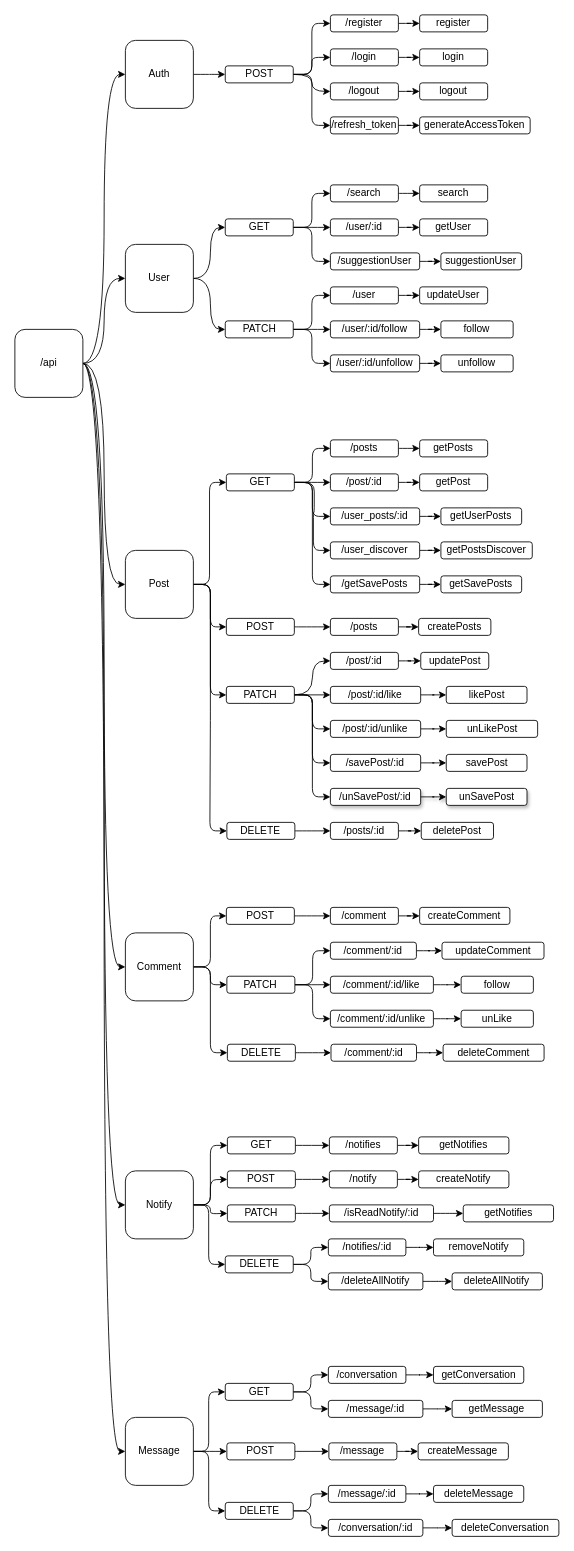
This is Untitled Diagram.drawio from iilhamriz/Social-Media-V2, a draw.io file, before an edit. Source tidied: cells renumbered, new cells numbered last; positions are measured from the earlier drawing's top-left corner, leaving out a move shared by most shapes. Both pictures are drawn from the tidied source at 85%, with x=0, y=0 at pixel (14, 14).
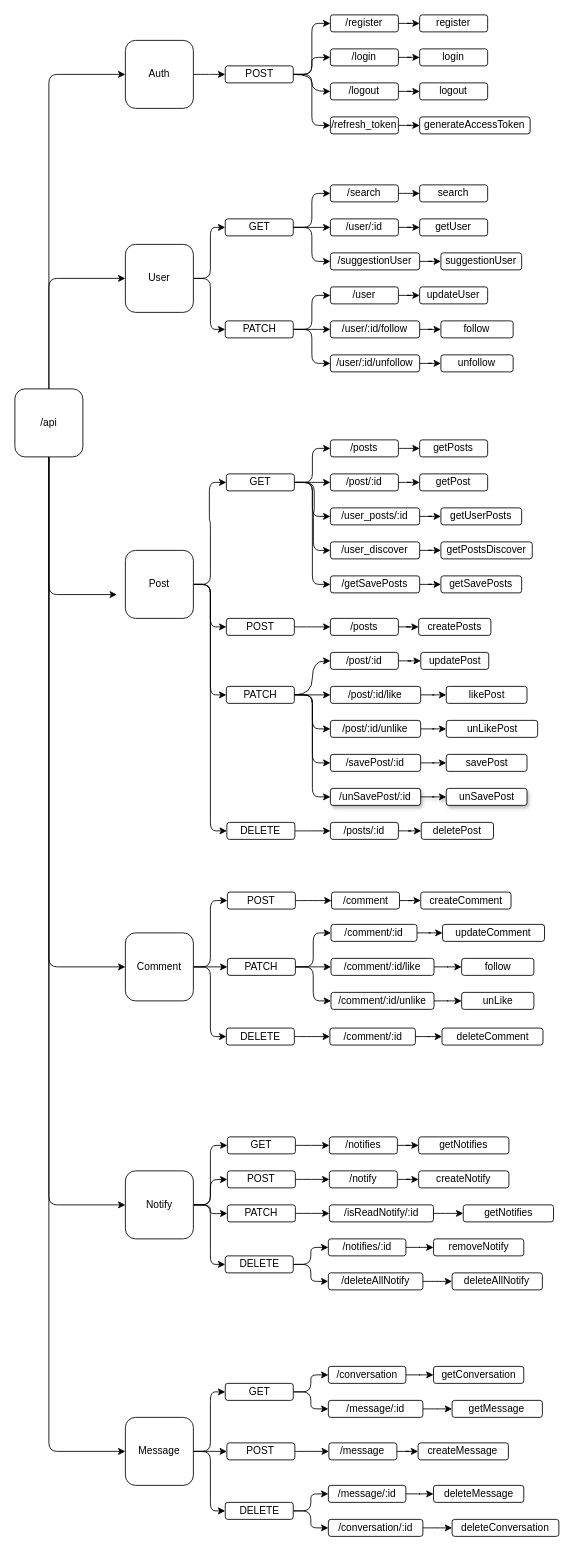
Above is the later version.

Unchanged cells that the change refers to:
```xml
<mxCell id="10" value="Auth" style="whiteSpace=wrap;html=1;rounded=1;" parent="1" vertex="1">
  <mxGeometry x="130" y="30" width="80" height="80" as="geometry" />
</mxCell>
<mxCell id="13" value="User" style="whiteSpace=wrap;html=1;rounded=1;" parent="1" vertex="1">
  <mxGeometry x="130" y="270" width="80" height="80" as="geometry" />
</mxCell>
<mxCell id="18" value="Post" style="whiteSpace=wrap;html=1;rounded=1;" parent="1" vertex="1">
  <mxGeometry x="130" y="630" width="80" height="80" as="geometry" />
</mxCell>
<mxCell id="22" value="Comment" style="whiteSpace=wrap;html=1;rounded=1;" parent="1" vertex="1">
  <mxGeometry x="130" y="1080" width="80" height="80" as="geometry" />
</mxCell>
<mxCell id="27" value="Notify" style="whiteSpace=wrap;html=1;rounded=1;" parent="1" vertex="1">
  <mxGeometry x="130" y="1360" width="80" height="80" as="geometry" />
</mxCell>
<mxCell id="31" value="Message" style="whiteSpace=wrap;html=1;rounded=1;" parent="1" vertex="1">
  <mxGeometry x="130" y="1650" width="80" height="80" as="geometry" />
</mxCell>
<mxCell id="52" value="GET" style="rounded=1;whiteSpace=wrap;html=1;" parent="1" vertex="1">
  <mxGeometry x="247.5" y="240" width="80" height="20" as="geometry" />
</mxCell>
<mxCell id="56" value="PATCH" style="rounded=1;whiteSpace=wrap;html=1;" parent="1" vertex="1">
  <mxGeometry x="247.5" y="360" width="80" height="20" as="geometry" />
</mxCell>
<mxCell id="78" value="GET" style="rounded=1;whiteSpace=wrap;html=1;" parent="1" vertex="1">
  <mxGeometry x="248.8" y="540" width="80" height="20" as="geometry" />
</mxCell>
<mxCell id="80" value="POST" style="rounded=1;whiteSpace=wrap;html=1;" parent="1" vertex="1">
  <mxGeometry x="248.8" y="710" width="80" height="20" as="geometry" />
</mxCell>
<mxCell id="141" value="DELETE" style="rounded=1;whiteSpace=wrap;html=1;" parent="1" vertex="1">
  <mxGeometry x="249.4" y="950" width="80" height="20" as="geometry" />
</mxCell>
<mxCell id="151" value="GET" style="rounded=1;whiteSpace=wrap;html=1;" parent="1" vertex="1">
  <mxGeometry x="250" y="1320" width="80" height="20" as="geometry" />
</mxCell>
<mxCell id="167" value="DELETE" style="rounded=1;whiteSpace=wrap;html=1;" parent="1" vertex="1">
  <mxGeometry x="247.5" y="1460" width="80" height="20" as="geometry" />
</mxCell>
<mxCell id="176" value="GET" style="rounded=1;whiteSpace=wrap;html=1;" parent="1" vertex="1">
  <mxGeometry x="247.5" y="1610" width="80" height="20" as="geometry" />
</mxCell>
<mxCell id="190" value="DELETE" style="rounded=1;whiteSpace=wrap;html=1;" parent="1" vertex="1">
  <mxGeometry x="247.5" y="1750" width="80" height="20" as="geometry" />
</mxCell>
```

Change to the diagram source:
```diff
@@
+    <mxCell id="6" style="edgeStyle=orthogonalEdgeStyle;curved=0;rounded=1;sketch=0;jettySize=auto;html=1;entryX=0;entryY=0.5;entryDx=0;entryDy=0;fontColor=#0D0D0D;strokeColor=#030201;fillColor=#BC6C25;" parent="1" edge="1" source="8" target="13">
+      <mxGeometry relative="1" as="geometry">
+        <Array as="points">
+          <mxPoint x="40" y="310" />
+        </Array>
+      </mxGeometry>
+    </mxCell>
-    <mxCell id="2" style="edgeStyle=orthogonalEdgeStyle;rounded=1;jettySize=auto;html=1;entryX=0;entryY=0.5;entryDx=0;entryDy=0;curved=1;" parent="1" edge="1" source="8" target="10">
-      <mxGeometry relative="1" as="geometry" />
+    <mxCell id="2" style="edgeStyle=orthogonalEdgeStyle;curved=0;rounded=1;sketch=0;jettySize=auto;html=1;entryX=0;entryY=0.5;entryDx=0;entryDy=0;fontColor=#0D0D0D;strokeColor=#030201;fillColor=#BC6C25;" parent="1" edge="1" source="8" target="10">
+      <mxGeometry relative="1" as="geometry">
+        <Array as="points">
+          <mxPoint x="40" y="70" />
+        </Array>
+      </mxGeometry>
     </mxCell>
+    <mxCell id="197" style="edgeStyle=orthogonalEdgeStyle;curved=0;rounded=1;sketch=0;jettySize=auto;html=1;fontColor=#0D0D0D;strokeColor=#030201;fillColor=#BC6C25;" parent="1" edge="1" source="8">
+      <mxGeometry relative="1" as="geometry">
+        <mxPoint x="120" y="682" as="targetPoint" />
+        <Array as="points">
+          <mxPoint x="40" y="682" />
+        </Array>
+      </mxGeometry>
+    </mxCell>
-    <mxCell id="3" style="edgeStyle=orthogonalEdgeStyle;rounded=1;jettySize=auto;html=1;exitX=1;exitY=0.5;exitDx=0;exitDy=0;entryX=0;entryY=0.5;entryDx=0;entryDy=0;curved=1;" parent="1" edge="1" source="8" target="22">
-      <mxGeometry relative="1" as="geometry" />
+    <mxCell id="3" style="edgeStyle=orthogonalEdgeStyle;curved=0;rounded=1;sketch=0;jettySize=auto;html=1;entryX=0;entryY=0.5;entryDx=0;entryDy=0;fontColor=#0D0D0D;strokeColor=#030201;fillColor=#BC6C25;" parent="1" edge="1" source="8" target="22">
+      <mxGeometry relative="1" as="geometry">
+        <Array as="points">
+          <mxPoint x="40" y="1120" />
+        </Array>
+      </mxGeometry>
     </mxCell>
-    <mxCell id="4" style="edgeStyle=orthogonalEdgeStyle;rounded=1;jettySize=auto;html=1;entryX=0;entryY=0.5;entryDx=0;entryDy=0;curved=1;" parent="1" edge="1" source="8" target="27">
-      <mxGeometry relative="1" as="geometry" />
+    <mxCell id="4" style="edgeStyle=orthogonalEdgeStyle;curved=0;rounded=1;sketch=0;jettySize=auto;html=1;entryX=0;entryY=0.5;entryDx=0;entryDy=0;fontColor=#0D0D0D;strokeColor=#030201;fillColor=#BC6C25;" parent="1" edge="1" source="8" target="27">
+      <mxGeometry relative="1" as="geometry">
+        <Array as="points">
+          <mxPoint x="40" y="1400" />
+        </Array>
+      </mxGeometry>
     </mxCell>
-    <mxCell id="5" style="edgeStyle=orthogonalEdgeStyle;rounded=1;jettySize=auto;html=1;entryX=0;entryY=0.5;entryDx=0;entryDy=0;curved=1;" parent="1" edge="1" source="8" target="31">
-      <mxGeometry relative="1" as="geometry" />
+    <mxCell id="5" style="edgeStyle=orthogonalEdgeStyle;curved=0;rounded=1;sketch=0;jettySize=auto;html=1;entryX=0;entryY=0.5;entryDx=0;entryDy=0;fontColor=#0D0D0D;strokeColor=#030201;fillColor=#BC6C25;" parent="1" edge="1" source="8" target="31">
+      <mxGeometry relative="1" as="geometry">
+        <Array as="points">
+          <mxPoint x="40" y="1690" />
+        </Array>
+      </mxGeometry>
     </mxCell>
-    <mxCell id="6" style="edgeStyle=orthogonalEdgeStyle;rounded=1;jettySize=auto;html=1;entryX=0;entryY=0.5;entryDx=0;entryDy=0;curved=1;" parent="1" edge="1" source="8" target="13">
-      <mxGeometry relative="1" as="geometry" />
-    </mxCell>
-    <mxCell id="7" style="edgeStyle=orthogonalEdgeStyle;rounded=1;jettySize=auto;html=1;entryX=0;entryY=0.5;entryDx=0;entryDy=0;curved=1;" parent="1" edge="1" source="8" target="18">
-      <mxGeometry relative="1" as="geometry" />
-    </mxCell>
     <mxCell id="8" value="/api" style="whiteSpace=wrap;html=1;rounded=1;" parent="1" vertex="1">
-      <mxGeometry y="370" width="80" height="80" as="geometry" />
+      <mxGeometry y="440" width="80" height="80" as="geometry" />
     </mxCell>
@@
+    <mxCell id="12" style="edgeStyle=orthogonalEdgeStyle;curved=0;rounded=1;sketch=0;jettySize=auto;html=1;entryX=0;entryY=0.5;entryDx=0;entryDy=0;fontColor=#0D0D0D;strokeColor=#030201;fillColor=#BC6C25;" parent="1" edge="1" source="13" target="52">
+      <mxGeometry relative="1" as="geometry" />
+    </mxCell>
-    <mxCell id="11" style="edgeStyle=orthogonalEdgeStyle;rounded=1;jettySize=auto;html=1;entryX=0;entryY=0.5;entryDx=0;entryDy=0;curved=1;" parent="1" edge="1" source="13" target="56">
-      <mxGeometry relative="1" as="geometry">
-        <Array as="points">
-          <mxPoint x="230" y="310" />
-          <mxPoint x="230" y="370" />
-        </Array>
-      </mxGeometry>
+    <mxCell id="11" style="edgeStyle=orthogonalEdgeStyle;curved=0;rounded=1;sketch=0;jettySize=auto;html=1;entryX=0;entryY=0.5;entryDx=0;entryDy=0;fontColor=#0D0D0D;strokeColor=#030201;fillColor=#BC6C25;" parent="1" edge="1" source="13" target="56">
+      <mxGeometry relative="1" as="geometry" />
     </mxCell>
-    <mxCell id="12" style="edgeStyle=orthogonalEdgeStyle;rounded=1;jettySize=auto;html=1;entryX=0;entryY=0.5;entryDx=0;entryDy=0;curved=1;" parent="1" edge="1" source="13" target="52">
-      <mxGeometry relative="1" as="geometry" />
-    </mxCell>
@@
+    <mxCell id="17" style="edgeStyle=orthogonalEdgeStyle;curved=0;rounded=1;sketch=0;jettySize=auto;html=1;entryX=0;entryY=0.5;entryDx=0;entryDy=0;" parent="1" edge="1" source="18" target="141">
+      <mxGeometry relative="1" as="geometry">
+        <Array as="points">
+          <mxPoint x="230" y="670" />
+          <mxPoint x="230" y="960" />
+        </Array>
+      </mxGeometry>
+    </mxCell>
-    <mxCell id="15" style="edgeStyle=orthogonalEdgeStyle;curved=0;rounded=1;sketch=0;jettySize=auto;html=1;entryX=0;entryY=0.5;entryDx=0;entryDy=0;" parent="1" edge="1" source="18" target="78">
-      <mxGeometry relative="1" as="geometry">
-        <Array as="points">
-          <mxPoint x="229" y="670" />
-          <mxPoint x="229" y="550" />
-        </Array>
-      </mxGeometry>
+    <mxCell id="15" style="edgeStyle=orthogonalEdgeStyle;curved=0;rounded=1;sketch=0;jettySize=auto;html=1;entryX=0;entryY=0.5;entryDx=0;entryDy=0;fontColor=#0D0D0D;strokeColor=#030201;fillColor=#BC6C25;" parent="1" edge="1" source="18" target="78">
+      <mxGeometry relative="1" as="geometry" />
     </mxCell>
-    <mxCell id="16" style="edgeStyle=orthogonalEdgeStyle;curved=0;rounded=1;sketch=0;jettySize=auto;html=1;entryX=0;entryY=0.5;entryDx=0;entryDy=0;" parent="1" edge="1" source="18" target="80">
+    <mxCell id="16" style="edgeStyle=orthogonalEdgeStyle;curved=0;rounded=1;sketch=0;jettySize=auto;html=1;entryX=0;entryY=0.5;entryDx=0;entryDy=0;fontColor=#0D0D0D;strokeColor=#030201;fillColor=#BC6C25;" parent="1" edge="1" source="18" target="80">
       <mxGeometry relative="1" as="geometry" />
     </mxCell>
-    <mxCell id="17" style="edgeStyle=orthogonalEdgeStyle;curved=0;rounded=1;sketch=0;jettySize=auto;html=1;entryX=0;entryY=0.5;entryDx=0;entryDy=0;" parent="1" edge="1" source="18" target="141">
-      <mxGeometry relative="1" as="geometry" />
-    </mxCell>
@@
     <mxCell id="19" style="edgeStyle=orthogonalEdgeStyle;curved=0;rounded=1;sketch=0;jettySize=auto;html=1;entryX=0;entryY=0.5;entryDx=0;entryDy=0;" parent="1" edge="1" source="22" target="123">
-      <mxGeometry relative="1" as="geometry" />
+      <mxGeometry relative="1" as="geometry">
+        <Array as="points">
+          <mxPoint x="230" y="1120" />
+          <mxPoint x="230" y="1042" />
+        </Array>
+      </mxGeometry>
     </mxCell>
@@
     <mxCell id="21" style="edgeStyle=orthogonalEdgeStyle;curved=0;rounded=1;sketch=0;jettySize=auto;html=1;entryX=0;entryY=0.5;entryDx=0;entryDy=0;" parent="1" edge="1" source="22" target="146">
-      <mxGeometry relative="1" as="geometry" />
+      <mxGeometry relative="1" as="geometry">
+        <Array as="points">
+          <mxPoint x="230" y="1120" />
+          <mxPoint x="230" y="1202" />
+        </Array>
+      </mxGeometry>
     </mxCell>
@@
     <mxCell id="23" style="edgeStyle=orthogonalEdgeStyle;curved=0;rounded=1;sketch=0;jettySize=auto;html=1;entryX=0;entryY=0.5;entryDx=0;entryDy=0;" parent="1" edge="1" source="27" target="151">
-      <mxGeometry relative="1" as="geometry" />
+      <mxGeometry relative="1" as="geometry">
+        <Array as="points">
+          <mxPoint x="230" y="1400" />
+          <mxPoint x="230" y="1330" />
+        </Array>
+      </mxGeometry>
     </mxCell>
@@
     <mxCell id="26" style="edgeStyle=orthogonalEdgeStyle;curved=0;rounded=1;sketch=0;jettySize=auto;html=1;entryX=0;entryY=0.5;entryDx=0;entryDy=0;" parent="1" edge="1" source="27" target="167">
       <mxGeometry relative="1" as="geometry">
         <Array as="points">
-          <mxPoint x="228" y="1400" />
-          <mxPoint x="228" y="1470" />
+          <mxPoint x="230" y="1400" />
+          <mxPoint x="230" y="1470" />
         </Array>
       </mxGeometry>
     </mxCell>
@@
     <mxCell id="28" style="edgeStyle=orthogonalEdgeStyle;curved=0;rounded=1;sketch=0;jettySize=auto;html=1;entryX=0;entryY=0.5;entryDx=0;entryDy=0;" parent="1" edge="1" source="31" target="176">
       <mxGeometry relative="1" as="geometry">
         <Array as="points">
-          <mxPoint x="228" y="1690" />
-          <mxPoint x="228" y="1620" />
+          <mxPoint x="230" y="1690" />
+          <mxPoint x="230" y="1620" />
         </Array>
       </mxGeometry>
     </mxCell>
@@
     <mxCell id="30" style="edgeStyle=orthogonalEdgeStyle;curved=0;rounded=1;sketch=0;jettySize=auto;html=1;entryX=0;entryY=0.5;entryDx=0;entryDy=0;" parent="1" edge="1" source="31" target="190">
       <mxGeometry relative="1" as="geometry">
         <Array as="points">
-          <mxPoint x="228" y="1690" />
-          <mxPoint x="228" y="1760" />
+          <mxPoint x="230" y="1690" />
+          <mxPoint x="230" y="1760" />
         </Array>
       </mxGeometry>
     </mxCell>
@@
     <mxCell id="123" value="POST" style="rounded=1;whiteSpace=wrap;html=1;" parent="1" vertex="1">
-      <mxGeometry x="248.8" y="1050" width="80" height="20" as="geometry" />
+      <mxGeometry x="250" y="1032" width="80" height="20" as="geometry" />
     </mxCell>
@@
     <mxCell id="127" value="PATCH" style="rounded=1;whiteSpace=wrap;html=1;" parent="1" vertex="1">
-      <mxGeometry x="249.4" y="1131" width="80" height="20" as="geometry" />
+      <mxGeometry x="250" y="1110" width="80" height="20" as="geometry" />
     </mxCell>
@@
     <mxCell id="129" value="/comment" style="rounded=1;whiteSpace=wrap;html=1;" parent="1" vertex="1">
-      <mxGeometry x="371.2" y="1050" width="80" height="20" as="geometry" />
+      <mxGeometry x="372.5" y="1032" width="80" height="20" as="geometry" />
     </mxCell>
@@
     <mxCell id="131" value="/comment/:id" style="rounded=1;whiteSpace=wrap;html=1;" parent="1" vertex="1">
-      <mxGeometry x="371.2" y="1091" width="101.2" height="20" as="geometry" />
+      <mxGeometry x="371.9" y="1070" width="101.2" height="20" as="geometry" />
     </mxCell>
@@
     <mxCell id="133" value="/comment/:id/like" style="rounded=1;whiteSpace=wrap;html=1;" parent="1" vertex="1">
-      <mxGeometry x="371.2" y="1131" width="121.2" height="20" as="geometry" />
+      <mxGeometry x="371.9" y="1110" width="121.2" height="20" as="geometry" />
     </mxCell>
     <mxCell id="134" value="createComment" style="rounded=1;whiteSpace=wrap;html=1;" parent="1" vertex="1">
-      <mxGeometry x="476.2" y="1050" width="106.2" height="20" as="geometry" />
+      <mxGeometry x="477.5" y="1032" width="106.2" height="20" as="geometry" />
     </mxCell>
     <mxCell id="135" value="updateComment" style="rounded=1;whiteSpace=wrap;html=1;" parent="1" vertex="1">
-      <mxGeometry x="502.5" y="1091" width="120" height="20" as="geometry" />
+      <mxGeometry x="503.1" y="1070" width="120" height="20" as="geometry" />
     </mxCell>
     <mxCell id="136" value="follow" style="rounded=1;whiteSpace=wrap;html=1;" parent="1" vertex="1">
-      <mxGeometry x="525" y="1131" width="85" height="20" as="geometry" />
+      <mxGeometry x="525.6" y="1110" width="85" height="20" as="geometry" />
     </mxCell>
@@
     <mxCell id="138" value="/comment/:id/unlike" style="rounded=1;whiteSpace=wrap;html=1;" parent="1" vertex="1">
-      <mxGeometry x="371.2" y="1171" width="121.2" height="20" as="geometry" />
+      <mxGeometry x="371.9" y="1150" width="121.2" height="20" as="geometry" />
     </mxCell>
     <mxCell id="139" value="unLike" style="rounded=1;whiteSpace=wrap;html=1;" parent="1" vertex="1">
-      <mxGeometry x="525" y="1171" width="85" height="20" as="geometry" />
+      <mxGeometry x="525.6" y="1150" width="85" height="20" as="geometry" />
     </mxCell>
@@
     <mxCell id="146" value="DELETE" style="rounded=1;whiteSpace=wrap;html=1;" parent="1" vertex="1">
-      <mxGeometry x="250" y="1211" width="80" height="20" as="geometry" />
+      <mxGeometry x="248.8" y="1192" width="80" height="20" as="geometry" />
     </mxCell>
@@
     <mxCell id="148" value="/comment/:id" style="rounded=1;whiteSpace=wrap;html=1;" parent="1" vertex="1">
-      <mxGeometry x="371.9" y="1211" width="100.6" height="20" as="geometry" />
+      <mxGeometry x="370.6" y="1192" width="100.6" height="20" as="geometry" />
     </mxCell>
     <mxCell id="149" value="deleteComment" style="rounded=1;whiteSpace=wrap;html=1;" parent="1" vertex="1">
-      <mxGeometry x="503.8" y="1211" width="118.8" height="20" as="geometry" />
+      <mxGeometry x="502.5" y="1192" width="118.8" height="20" as="geometry" />
     </mxCell>
```
